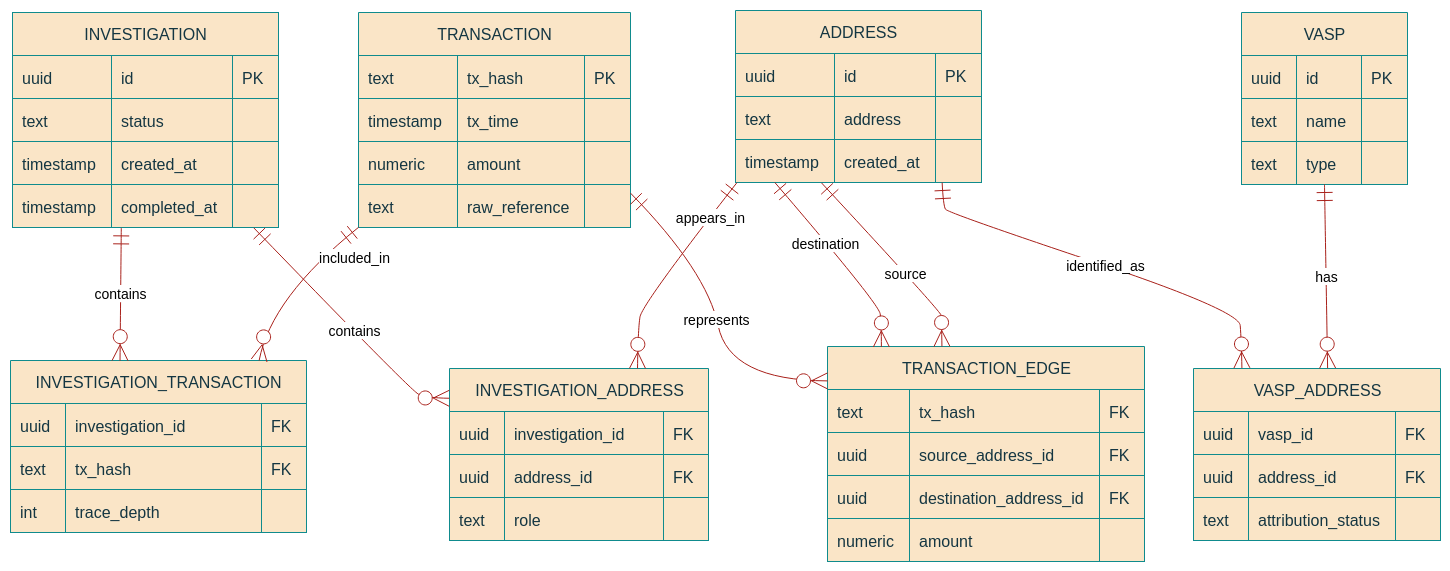
The draw.io diagram docs/diagrams/er.png in schak04/crypto-fund-tracer, before a commit. Source tidied: cells renumbered, new cells last; positions are measured from the earlier drawing's top-left corner, leaving out a move shared by most shapes.
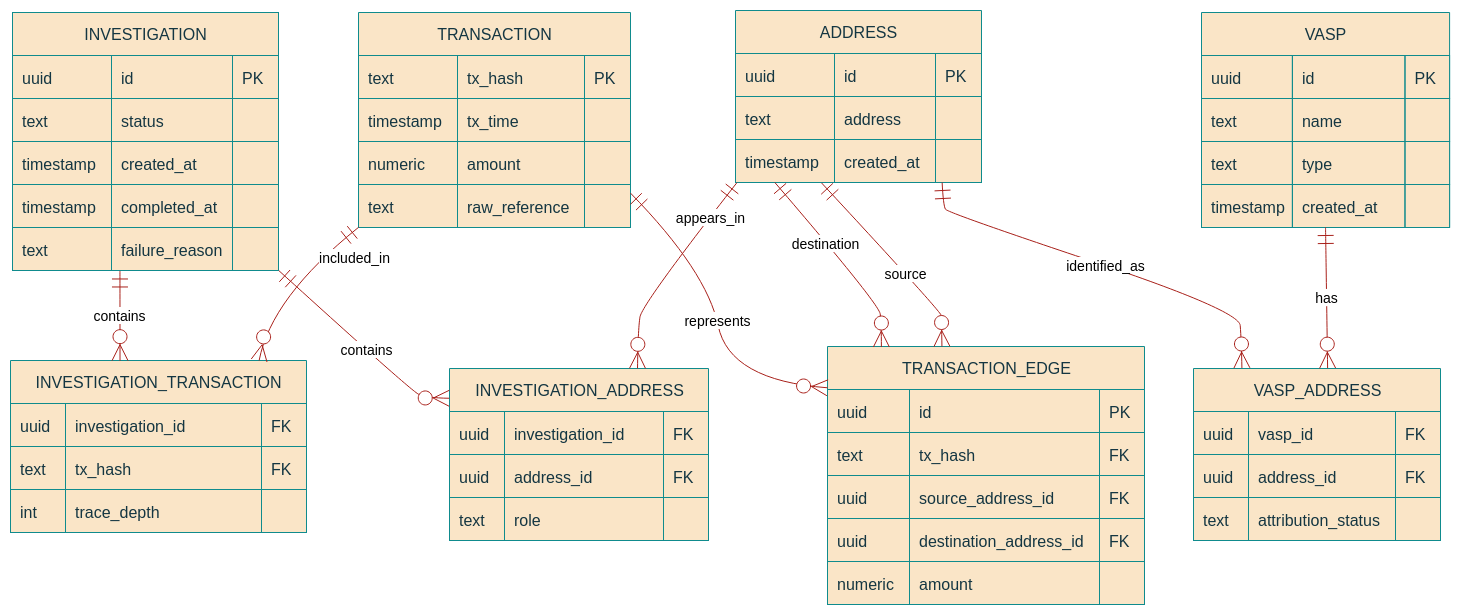
Later version of the same file.

Change to the diagram source:
```diff
@@ -6,7 +6,7 @@
       <mxGeometry as="geometry" />
     </mxCell>
     <mxCell id="3" value="INVESTIGATION" style="shape=table;startSize=43;rowLines=1;fontSize=16;fontFamily=Trebuchet MS,Verdana,Arial,sans-serif;strokeWidth=1;align=center;html=1;fillColor=#FAE5C7;strokeColor=#0F8B8D;fontColor=#143642;labelBackgroundColor=none;rounded=0;" parent="2" vertex="1">
-      <mxGeometry x="30" y="30" width="266" height="215" as="geometry" />
+      <mxGeometry x="30" y="30" width="266" height="258" as="geometry" />
     </mxCell>
     <mxCell id="4" style="shape=tableRow;horizontal=0;startSize=0;swimlaneHead=0;swimlaneBody=1;fillColor=#FAE5C7;strokeColor=#0F8B8D;strokeWidth=1;top=0;left=0;right=0;bottom=0;labelBackgroundColor=none;fontColor=#143642;rounded=0;" parent="3" vertex="1">
       <mxGeometry y="43" width="266" height="43" as="geometry" />
@@ -56,6 +56,18 @@
     <mxCell id="19" style="shape=partialRectangle;fillColor=none;strokeColor=#0F8B8D;strokeWidth=1;fontColor=#143642;fontFamily=Trebuchet MS,Verdana,Arial,sans-serif;top=1;left=1;bottom=1;right=1;align=left;spacingLeft=8;overflow=hidden;fontSize=16;labelBackgroundColor=none;rounded=0;" parent="16" vertex="1">
       <mxGeometry x="220" width="46" height="43" as="geometry" />
     </mxCell>
+    <mxCell id="128" style="shape=tableRow;horizontal=0;startSize=0;swimlaneHead=0;swimlaneBody=1;fillColor=#FAE5C7;strokeColor=#0F8B8D;strokeWidth=1;points=[[0,0.5],[1,0.5]];portConstraint=eastwest;top=0;left=0;right=0;bottom=0;labelBackgroundColor=none;fontColor=#143642;rounded=0;" parent="3" vertex="1">
+      <mxGeometry y="215" width="266" height="43" as="geometry" />
+    </mxCell>
+    <mxCell id="129" value="text" style="shape=partialRectangle;fillColor=none;strokeColor=#0F8B8D;strokeWidth=1;fontColor=#143642;fontFamily=Trebuchet MS,Verdana,Arial,sans-serif;top=1;left=1;bottom=1;right=1;align=left;spacingLeft=8;overflow=hidden;fontSize=16;labelBackgroundColor=none;rounded=0;" parent="128" vertex="1">
+      <mxGeometry width="99" height="43" as="geometry" />
+    </mxCell>
+    <mxCell id="130" value="failure_reason" style="shape=partialRectangle;fillColor=none;strokeColor=#0F8B8D;strokeWidth=1;fontColor=#143642;fontFamily=Trebuchet MS,Verdana,Arial,sans-serif;top=1;left=1;bottom=1;right=1;align=left;spacingLeft=8;overflow=hidden;fontSize=16;labelBackgroundColor=none;rounded=0;" parent="128" vertex="1">
+      <mxGeometry x="99" width="121" height="43" as="geometry" />
+    </mxCell>
+    <mxCell id="131" style="shape=partialRectangle;fillColor=none;strokeColor=#0F8B8D;strokeWidth=1;fontColor=#143642;fontFamily=Trebuchet MS,Verdana,Arial,sans-serif;top=1;left=1;bottom=1;right=1;align=left;spacingLeft=8;overflow=hidden;fontSize=16;labelBackgroundColor=none;rounded=0;" parent="128" vertex="1">
+      <mxGeometry x="220" width="46" height="43" as="geometry" />
+    </mxCell>
     <mxCell id="20" value="INVESTIGATION_ADDRESS" style="shape=table;startSize=43;rowLines=1;fontSize=16;fontFamily=Trebuchet MS,Verdana,Arial,sans-serif;strokeWidth=1;align=center;html=1;fillColor=#FAE5C7;strokeColor=#0F8B8D;fontColor=#143642;labelBackgroundColor=none;rounded=0;" parent="2" vertex="1">
       <mxGeometry x="467" y="386" width="259" height="172" as="geometry" />
     </mxCell>
@@ -225,10 +237,22 @@
       <mxGeometry x="226" width="46" height="43" as="geometry" />
     </mxCell>
     <mxCell id="76" value="TRANSACTION_EDGE" style="shape=table;startSize=43;rowLines=1;fontSize=16;fontFamily=Trebuchet MS,Verdana,Arial,sans-serif;strokeWidth=1;align=center;html=1;fillColor=#FAE5C7;strokeColor=#0F8B8D;fontColor=#143642;labelBackgroundColor=none;rounded=0;" parent="2" vertex="1">
-      <mxGeometry x="845" y="364" width="317" height="215" as="geometry" />
+      <mxGeometry x="845" y="364" width="317" height="258" as="geometry" />
     </mxCell>
+    <mxCell id="132" style="shape=tableRow;horizontal=0;startSize=0;swimlaneHead=0;swimlaneBody=1;fillColor=#FAE5C7;strokeColor=#0F8B8D;strokeWidth=1;top=0;left=0;right=0;bottom=0;labelBackgroundColor=none;fontColor=#143642;rounded=0;" parent="76" vertex="1">
+      <mxGeometry y="43" width="317" height="43" as="geometry" />
+    </mxCell>
+    <mxCell id="133" value="uuid    " style="shape=partialRectangle;fillColor=none;strokeColor=#0F8B8D;strokeWidth=1;fontColor=#143642;fontFamily=Trebuchet MS,Verdana,Arial,sans-serif;top=1;left=1;bottom=1;right=1;align=left;spacingLeft=8;overflow=hidden;fontSize=16;labelBackgroundColor=none;rounded=0;" parent="132" vertex="1">
+      <mxGeometry width="82" height="43" as="geometry" />
+    </mxCell>
+    <mxCell id="134" value="id" style="shape=partialRectangle;fillColor=none;strokeColor=#0F8B8D;strokeWidth=1;fontColor=#143642;fontFamily=Trebuchet MS,Verdana,Arial,sans-serif;top=1;left=1;bottom=1;right=1;align=left;spacingLeft=8;overflow=hidden;fontSize=16;labelBackgroundColor=none;rounded=0;" parent="132" vertex="1">
+      <mxGeometry x="82" width="190" height="43" as="geometry" />
+    </mxCell>
+    <mxCell id="135" value="PK" style="shape=partialRectangle;fillColor=none;strokeColor=#0F8B8D;strokeWidth=1;fontColor=#143642;fontFamily=Trebuchet MS,Verdana,Arial,sans-serif;top=1;left=1;bottom=1;right=1;align=left;spacingLeft=8;overflow=hidden;fontSize=16;labelBackgroundColor=none;rounded=0;" parent="132" vertex="1">
+      <mxGeometry x="272" width="45" height="43" as="geometry" />
+    </mxCell>
     <mxCell id="77" style="shape=tableRow;horizontal=0;startSize=0;swimlaneHead=0;swimlaneBody=1;fillColor=#FAE5C7;strokeColor=#0F8B8D;strokeWidth=1;top=0;left=0;right=0;bottom=0;labelBackgroundColor=none;fontColor=#143642;rounded=0;" parent="76" vertex="1">
-      <mxGeometry y="43" width="317" height="43" as="geometry" />
+      <mxGeometry y="86" width="317" height="43" as="geometry" />
     </mxCell>
     <mxCell id="78" value="text" style="shape=partialRectangle;fillColor=none;strokeColor=#0F8B8D;strokeWidth=1;fontColor=#143642;fontFamily=Trebuchet MS,Verdana,Arial,sans-serif;top=1;left=1;bottom=1;right=1;align=left;spacingLeft=8;overflow=hidden;fontSize=16;labelBackgroundColor=none;rounded=0;" parent="77" vertex="1">
       <mxGeometry width="82" height="43" as="geometry" />
@@ -240,7 +264,7 @@
       <mxGeometry x="272" width="45" height="43" as="geometry" />
     </mxCell>
     <mxCell id="81" style="shape=tableRow;horizontal=0;startSize=0;swimlaneHead=0;swimlaneBody=1;fillColor=#FAE5C7;strokeColor=#0F8B8D;strokeWidth=1;top=0;left=0;right=0;bottom=0;labelBackgroundColor=none;fontColor=#143642;rounded=0;" parent="76" vertex="1">
-      <mxGeometry y="86" width="317" height="43" as="geometry" />
+      <mxGeometry y="129" width="317" height="43" as="geometry" />
     </mxCell>
     <mxCell id="82" value="uuid" style="shape=partialRectangle;fillColor=none;strokeColor=#0F8B8D;strokeWidth=1;fontColor=#143642;fontFamily=Trebuchet MS,Verdana,Arial,sans-serif;top=1;left=1;bottom=1;right=1;align=left;spacingLeft=8;overflow=hidden;fontSize=16;labelBackgroundColor=none;rounded=0;" parent="81" vertex="1">
       <mxGeometry width="82" height="43" as="geometry" />
@@ -252,7 +276,7 @@
       <mxGeometry x="272" width="45" height="43" as="geometry" />
     </mxCell>
     <mxCell id="85" style="shape=tableRow;horizontal=0;startSize=0;swimlaneHead=0;swimlaneBody=1;fillColor=#FAE5C7;strokeColor=#0F8B8D;strokeWidth=1;top=0;left=0;right=0;bottom=0;labelBackgroundColor=none;fontColor=#143642;rounded=0;" parent="76" vertex="1">
-      <mxGeometry y="129" width="317" height="43" as="geometry" />
+      <mxGeometry y="172" width="317" height="43" as="geometry" />
     </mxCell>
     <mxCell id="86" value="uuid" style="shape=partialRectangle;fillColor=none;strokeColor=#0F8B8D;strokeWidth=1;fontColor=#143642;fontFamily=Trebuchet MS,Verdana,Arial,sans-serif;top=1;left=1;bottom=1;right=1;align=left;spacingLeft=8;overflow=hidden;fontSize=16;labelBackgroundColor=none;rounded=0;" parent="85" vertex="1">
       <mxGeometry width="82" height="43" as="geometry" />
@@ -264,7 +288,7 @@
       <mxGeometry x="272" width="45" height="43" as="geometry" />
     </mxCell>
     <mxCell id="89" style="shape=tableRow;horizontal=0;startSize=0;swimlaneHead=0;swimlaneBody=1;fillColor=#FAE5C7;strokeColor=#0F8B8D;strokeWidth=1;top=0;left=0;right=0;bottom=0;labelBackgroundColor=none;fontColor=#143642;rounded=0;" parent="76" vertex="1">
-      <mxGeometry y="172" width="317" height="43" as="geometry" />
+      <mxGeometry y="215" width="317" height="43" as="geometry" />
     </mxCell>
     <mxCell id="90" value="numeric" style="shape=partialRectangle;fillColor=none;strokeColor=#0F8B8D;strokeWidth=1;fontColor=#143642;fontFamily=Trebuchet MS,Verdana,Arial,sans-serif;top=1;left=1;bottom=1;right=1;align=left;spacingLeft=8;overflow=hidden;fontSize=16;labelBackgroundColor=none;rounded=0;" parent="89" vertex="1">
       <mxGeometry width="82" height="43" as="geometry" />
@@ -276,44 +300,56 @@
       <mxGeometry x="272" width="45" height="43" as="geometry" />
     </mxCell>
     <mxCell id="93" value="VASP" style="shape=table;startSize=43;rowLines=1;fontSize=16;fontFamily=Trebuchet MS,Verdana,Arial,sans-serif;strokeWidth=1;align=center;html=1;fillColor=#FAE5C7;strokeColor=#0F8B8D;fontColor=#143642;labelBackgroundColor=none;rounded=0;" parent="2" vertex="1">
-      <mxGeometry x="1259" y="30" width="166" height="172" as="geometry" />
+      <mxGeometry x="1219" y="30" width="248.1" height="215" as="geometry" />
     </mxCell>
     <mxCell id="94" style="shape=tableRow;horizontal=0;startSize=0;swimlaneHead=0;swimlaneBody=1;fillColor=#FAE5C7;strokeColor=#0F8B8D;strokeWidth=1;top=0;left=0;right=0;bottom=0;labelBackgroundColor=none;fontColor=#143642;rounded=0;" parent="93" vertex="1">
-      <mxGeometry y="43" width="166" height="43" as="geometry" />
+      <mxGeometry y="43" width="248.1" height="43" as="geometry" />
     </mxCell>
     <mxCell id="95" value="uuid" style="shape=partialRectangle;fillColor=none;strokeColor=#0F8B8D;strokeWidth=1;fontColor=#143642;fontFamily=Trebuchet MS,Verdana,Arial,sans-serif;top=1;left=1;bottom=1;right=1;align=left;spacingLeft=8;overflow=hidden;fontSize=16;labelBackgroundColor=none;rounded=0;" parent="94" vertex="1">
-      <mxGeometry width="55" height="43" as="geometry" />
+      <mxGeometry width="90.9" height="43" as="geometry" />
     </mxCell>
     <mxCell id="96" value="id" style="shape=partialRectangle;fillColor=none;strokeColor=#0F8B8D;strokeWidth=1;fontColor=#143642;fontFamily=Trebuchet MS,Verdana,Arial,sans-serif;top=1;left=1;bottom=1;right=1;align=left;spacingLeft=8;overflow=hidden;fontSize=16;labelBackgroundColor=none;rounded=0;" parent="94" vertex="1">
-      <mxGeometry x="55" width="65" height="43" as="geometry" />
+      <mxGeometry x="90.9" width="112.6" height="43" as="geometry" />
     </mxCell>
     <mxCell id="97" value="PK" style="shape=partialRectangle;fillColor=none;strokeColor=#0F8B8D;strokeWidth=1;fontColor=#143642;fontFamily=Trebuchet MS,Verdana,Arial,sans-serif;top=1;left=1;bottom=1;right=1;align=left;spacingLeft=8;overflow=hidden;fontSize=16;labelBackgroundColor=none;rounded=0;" parent="94" vertex="1">
-      <mxGeometry x="120" width="46" height="43" as="geometry" />
+      <mxGeometry x="203.5" width="44.6" height="43" as="geometry" />
     </mxCell>
     <mxCell id="98" style="shape=tableRow;horizontal=0;startSize=0;swimlaneHead=0;swimlaneBody=1;fillColor=#FAE5C7;strokeColor=#0F8B8D;strokeWidth=1;top=0;left=0;right=0;bottom=0;labelBackgroundColor=none;fontColor=#143642;rounded=0;" parent="93" vertex="1">
-      <mxGeometry y="86" width="166" height="43" as="geometry" />
+      <mxGeometry y="86" width="248.1" height="43" as="geometry" />
     </mxCell>
     <mxCell id="99" value="text" style="shape=partialRectangle;fillColor=none;strokeColor=#0F8B8D;strokeWidth=1;fontColor=#143642;fontFamily=Trebuchet MS,Verdana,Arial,sans-serif;top=1;left=1;bottom=1;right=1;align=left;spacingLeft=8;overflow=hidden;fontSize=16;labelBackgroundColor=none;rounded=0;" parent="98" vertex="1">
-      <mxGeometry width="55" height="43" as="geometry" />
+      <mxGeometry width="90.9" height="43" as="geometry" />
     </mxCell>
     <mxCell id="100" value="name" style="shape=partialRectangle;fillColor=none;strokeColor=#0F8B8D;strokeWidth=1;fontColor=#143642;fontFamily=Trebuchet MS,Verdana,Arial,sans-serif;top=1;left=1;bottom=1;right=1;align=left;spacingLeft=8;overflow=hidden;fontSize=16;labelBackgroundColor=none;rounded=0;" parent="98" vertex="1">
-      <mxGeometry x="55" width="65" height="43" as="geometry" />
+      <mxGeometry x="90.9" width="112.6" height="43" as="geometry" />
     </mxCell>
     <mxCell id="101" style="shape=partialRectangle;fillColor=none;strokeColor=#0F8B8D;strokeWidth=1;fontColor=#143642;fontFamily=Trebuchet MS,Verdana,Arial,sans-serif;top=1;left=1;bottom=1;right=1;align=left;spacingLeft=8;overflow=hidden;fontSize=16;labelBackgroundColor=none;rounded=0;" parent="98" vertex="1">
-      <mxGeometry x="120" width="46" height="43" as="geometry" />
+      <mxGeometry x="203.5" width="44.6" height="43" as="geometry" />
     </mxCell>
     <mxCell id="102" style="shape=tableRow;horizontal=0;startSize=0;swimlaneHead=0;swimlaneBody=1;fillColor=#FAE5C7;strokeColor=#0F8B8D;strokeWidth=1;top=0;left=0;right=0;bottom=0;labelBackgroundColor=none;fontColor=#143642;rounded=0;" parent="93" vertex="1">
-      <mxGeometry y="129" width="166" height="43" as="geometry" />
+      <mxGeometry y="129" width="248.1" height="43" as="geometry" />
     </mxCell>
     <mxCell id="103" value="text" style="shape=partialRectangle;fillColor=none;strokeColor=#0F8B8D;strokeWidth=1;fontColor=#143642;fontFamily=Trebuchet MS,Verdana,Arial,sans-serif;top=1;left=1;bottom=1;right=1;align=left;spacingLeft=8;overflow=hidden;fontSize=16;labelBackgroundColor=none;rounded=0;" parent="102" vertex="1">
-      <mxGeometry width="55" height="43" as="geometry" />
+      <mxGeometry width="90.9" height="43" as="geometry" />
     </mxCell>
     <mxCell id="104" value="type" style="shape=partialRectangle;fillColor=none;strokeColor=#0F8B8D;strokeWidth=1;fontColor=#143642;fontFamily=Trebuchet MS,Verdana,Arial,sans-serif;top=1;left=1;bottom=1;right=1;align=left;spacingLeft=8;overflow=hidden;fontSize=16;labelBackgroundColor=none;rounded=0;" parent="102" vertex="1">
-      <mxGeometry x="55" width="65" height="43" as="geometry" />
+      <mxGeometry x="90.9" width="112.6" height="43" as="geometry" />
     </mxCell>
     <mxCell id="105" style="shape=partialRectangle;fillColor=none;strokeColor=#0F8B8D;strokeWidth=1;fontColor=#143642;fontFamily=Trebuchet MS,Verdana,Arial,sans-serif;top=1;left=1;bottom=1;right=1;align=left;spacingLeft=8;overflow=hidden;fontSize=16;labelBackgroundColor=none;rounded=0;" parent="102" vertex="1">
-      <mxGeometry x="120" width="46" height="43" as="geometry" />
+      <mxGeometry x="203.5" width="44.6" height="43" as="geometry" />
     </mxCell>
+    <mxCell id="136" style="shape=tableRow;horizontal=0;startSize=0;swimlaneHead=0;swimlaneBody=1;fillColor=#FAE5C7;strokeColor=#0F8B8D;strokeWidth=1;top=0;left=0;right=0;bottom=0;labelBackgroundColor=none;fontColor=#143642;rounded=0;" parent="93" vertex="1">
+      <mxGeometry y="172" width="248.1" height="43" as="geometry" />
+    </mxCell>
+    <mxCell id="137" value="timestamp" style="shape=partialRectangle;fillColor=none;strokeColor=#0F8B8D;strokeWidth=1;fontColor=#143642;fontFamily=Trebuchet MS,Verdana,Arial,sans-serif;top=1;left=1;bottom=1;right=1;align=left;spacingLeft=8;overflow=hidden;fontSize=16;labelBackgroundColor=none;rounded=0;" parent="136" vertex="1">
+      <mxGeometry width="90.9" height="43" as="geometry" />
+    </mxCell>
+    <mxCell id="138" value="created_at" style="shape=partialRectangle;fillColor=none;strokeColor=#0F8B8D;strokeWidth=1;fontColor=#143642;fontFamily=Trebuchet MS,Verdana,Arial,sans-serif;top=1;left=1;bottom=1;right=1;align=left;spacingLeft=8;overflow=hidden;fontSize=16;labelBackgroundColor=none;rounded=0;" parent="136" vertex="1">
+      <mxGeometry x="90.9" width="112.6" height="43" as="geometry" />
+    </mxCell>
+    <mxCell id="139" style="shape=partialRectangle;fillColor=none;strokeColor=#0F8B8D;strokeWidth=1;fontColor=#143642;fontFamily=Trebuchet MS,Verdana,Arial,sans-serif;top=1;left=1;bottom=1;right=1;align=left;spacingLeft=8;overflow=hidden;fontSize=16;labelBackgroundColor=none;rounded=0;" parent="136" vertex="1">
+      <mxGeometry x="203.5" width="44.6" height="43" as="geometry" />
+    </mxCell>
     <mxCell id="106" value="VASP_ADDRESS" style="shape=table;startSize=43;rowLines=1;fontSize=16;fontFamily=Trebuchet MS,Verdana,Arial,sans-serif;strokeWidth=1;align=center;html=1;fillColor=#FAE5C7;strokeColor=#0F8B8D;fontColor=#143642;labelBackgroundColor=none;rounded=0;" parent="2" vertex="1">
       <mxGeometry x="1211" y="386" width="247" height="172" as="geometry" />
     </mxCell>
@@ -353,7 +389,7 @@
     <mxCell id="118" style="shape=partialRectangle;fillColor=none;strokeColor=#0F8B8D;strokeWidth=1;fontColor=#143642;fontFamily=Trebuchet MS,Verdana,Arial,sans-serif;top=1;left=1;bottom=1;right=1;align=left;spacingLeft=8;overflow=hidden;fontSize=16;labelBackgroundColor=none;rounded=0;" parent="115" vertex="1">
       <mxGeometry x="202" width="45" height="43" as="geometry" />
     </mxCell>
-    <mxCell id="119" value="contains" style="curved=1;startArrow=ERmandOne;startSize=14;endArrow=ERzeroToMany;endSize=14;strokeColor=#A8201A;strokeWidth=1;html=1;fontSize=14;labelBackgroundColor=default;fontFamily=Trebuchet MS,Verdana,Arial,sans-serif;fontColor=default;exitX=0.907;exitY=1.008;entryX=-0.001;entryY=0.173;rounded=0;exitDx=0;exitDy=0;exitPerimeter=0;entryDx=0;entryDy=0;entryPerimeter=0;" parent="2" edge="1" source="16" target="20">
+    <mxCell id="119" value="contains" style="curved=1;startArrow=ERmandOne;startSize=14;endArrow=ERzeroToMany;endSize=14;strokeColor=#A8201A;strokeWidth=1;html=1;fontSize=14;labelBackgroundColor=default;fontFamily=Trebuchet MS,Verdana,Arial,sans-serif;fontColor=default;exitX=1.001;exitY=1.001;entryX=-0.001;entryY=0.173;rounded=0;exitDx=0;exitDy=0;exitPerimeter=0;entryDx=0;entryDy=0;entryPerimeter=0;" parent="2" edge="1" source="128" target="20">
       <mxGeometry x="0.08" y="1" relative="1" as="geometry">
         <Array as="points">
           <mxPoint x="428.3" y="408" />
@@ -370,7 +406,7 @@
         </Array>
       </mxGeometry>
     </mxCell>
-    <mxCell id="121" value="contains" style="curved=1;startArrow=ERmandOne;startSize=14;endArrow=ERzeroToMany;endSize=14;strokeColor=#A8201A;strokeWidth=1;html=1;fontSize=14;labelBackgroundColor=default;fontFamily=Trebuchet MS,Verdana,Arial,sans-serif;fontColor=default;exitX=0.409;exitY=1.009;rounded=0;exitDx=0;exitDy=0;exitPerimeter=0;entryX=0.37;entryY=0.001;entryDx=0;entryDy=0;entryPerimeter=0;" parent="2" edge="1" source="16" target="46">
+    <mxCell id="121" value="contains" style="curved=1;startArrow=ERmandOne;startSize=14;endArrow=ERzeroToMany;endSize=14;strokeColor=#A8201A;strokeWidth=1;html=1;fontSize=14;labelBackgroundColor=default;fontFamily=Trebuchet MS,Verdana,Arial,sans-serif;fontColor=default;rounded=0;entryX=0.37;entryY=0.001;entryDx=0;entryDy=0;entryPerimeter=0;exitX=0.404;exitY=1.011;exitDx=0;exitDy=0;exitPerimeter=0;" parent="2" edge="1" source="128" target="46">
       <mxGeometry relative="1" as="geometry" />
     </mxCell>
     <mxCell id="122" value="included_in" style="curved=1;startArrow=ERmandOne;startSize=14;endArrow=ERzeroToMany;endSize=14;strokeColor=#A8201A;strokeWidth=1;html=1;fontSize=14;labelBackgroundColor=default;fontFamily=Trebuchet MS,Verdana,Arial,sans-serif;fontColor=default;entryX=0.84;entryY=0;rounded=0;exitX=0;exitY=0.997;exitDx=0;exitDy=0;exitPerimeter=0;" parent="2" edge="1" source="72" target="46">
```
